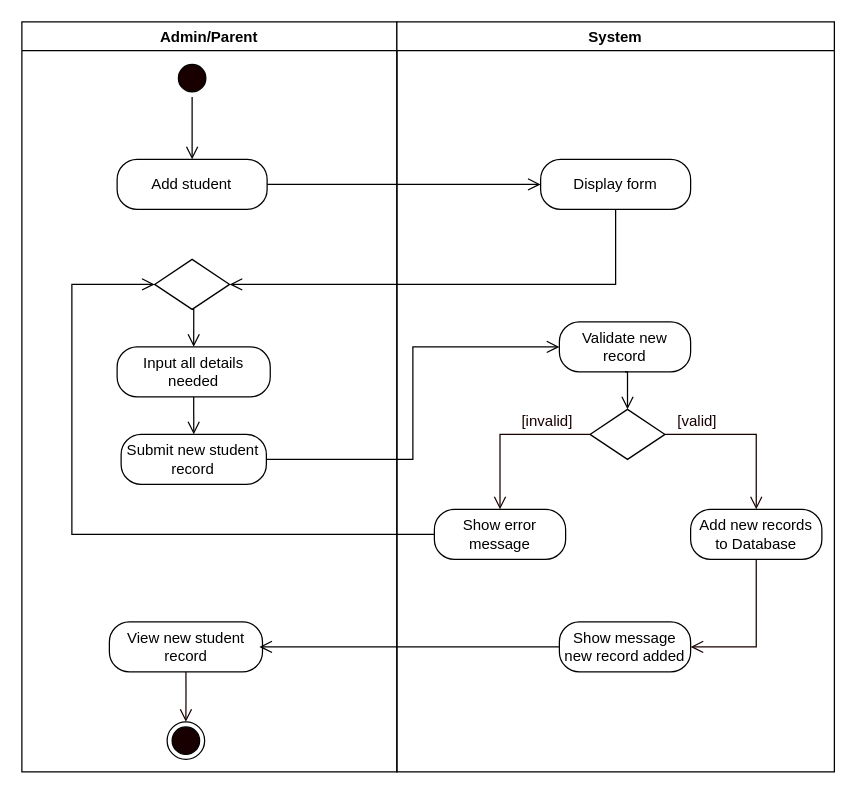
mrklglsn/CAPSTONE-FILES keeps this draw.io diagram as page "Add Student" (1 of 8) of REVISIONS/UML-DIAGRAMS/6-9-2021/ACTIVITY DIAGRAM/ACTIVITY DIAGRAM.drawio. Above is the earlier version. Source tidied: cells renumbered, new cells numbered last; positions are measured from the earlier drawing's top-left corner, leaving out a move shared by most shapes. Both pictures are drawn from the tidied source at 125%, with x=0, y=0 at pixel (21, 21).
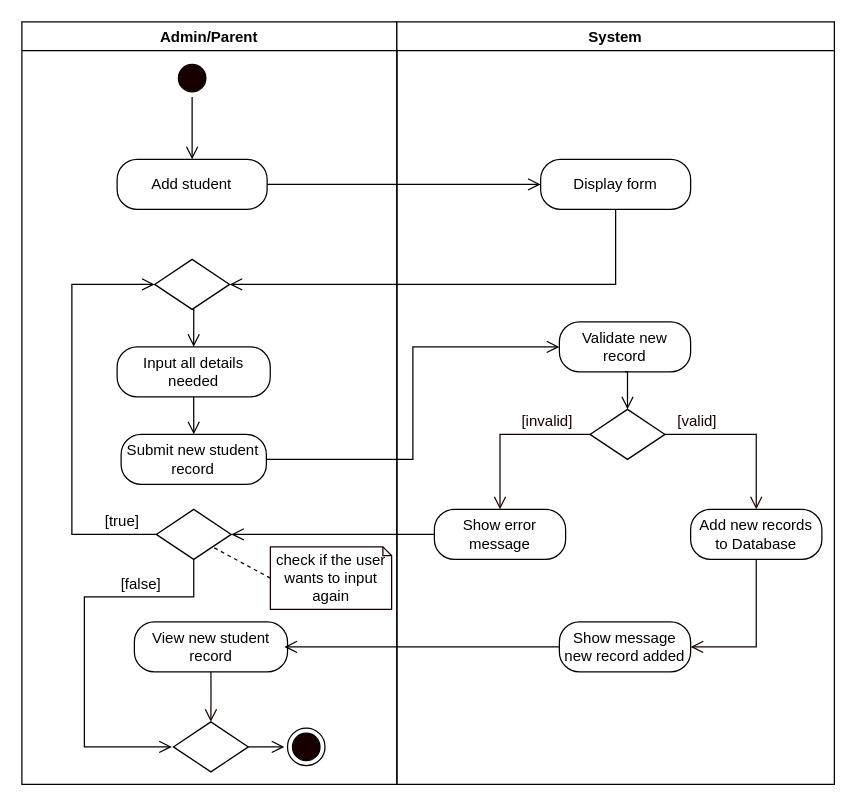
After the change.

Unchanged cells that the change refers to:
```xml
<mxCell id="10" style="rhombus;whiteSpace=wrap;html=1;" parent="2" vertex="1">
  <mxGeometry x="106.2" y="190" width="60" height="40" as="geometry" />
</mxCell>
<mxCell id="20" value="Show error message" style="rounded=1;whiteSpace=wrap;html=1;arcSize=40;" parent="14" vertex="1">
  <mxGeometry x="30" y="390" width="105" height="40" as="geometry" />
</mxCell>
<mxCell id="25" value="Show message new record added" style="rounded=1;whiteSpace=wrap;html=1;arcSize=40;" parent="14" vertex="1">
  <mxGeometry x="130" y="480" width="105" height="40" as="geometry" />
</mxCell>
```

The edit, as a diff of the source:
```diff
@@
     <mxCell id="2" value="Admin/Parent" style="swimlane;startSize=23;" parent="1" vertex="1">
-      <mxGeometry width="300" height="600" as="geometry" />
+      <mxGeometry width="300" height="610" as="geometry" />
     </mxCell>
@@
     <mxCell id="11" value="View new student record" style="rounded=1;whiteSpace=wrap;html=1;arcSize=40;" parent="2" vertex="1">
-      <mxGeometry x="70" y="480" width="122.5" height="40" as="geometry" />
+      <mxGeometry x="90" y="480" width="122.5" height="40" as="geometry" />
     </mxCell>
     <mxCell id="12" style="ellipse;html=1;shape=endState;fillColor=#190000;" parent="2" vertex="1">
-      <mxGeometry x="116.2" y="560" width="30" height="30" as="geometry" />
+      <mxGeometry x="212.5" y="565" width="30" height="30" as="geometry" />
     </mxCell>
     <mxCell id="13" style="edgeStyle=orthogonalEdgeStyle;rounded=0;jettySize=auto;html=1;exitX=0.5;exitY=1;exitDx=0;exitDy=0;fontColor=#FFFFFF;endArrow=open;endFill=0;endSize=8;strokeColor=#190000;entryX=0.5;entryY=0;entryDx=0;entryDy=0;" parent="2" edge="1" source="11">
       <mxGeometry relative="1" as="geometry">
-        <mxPoint x="131.2" y="560" as="targetPoint" />
+        <mxPoint x="151.2" y="560" as="targetPoint" />
       </mxGeometry>
     </mxCell>
+    <mxCell id="32" style="edgeStyle=orthogonalEdgeStyle;rounded=0;jettySize=auto;html=1;exitX=0;exitY=0.5;exitDx=0;exitDy=0;entryX=0;entryY=0.5;entryDx=0;entryDy=0;endArrow=open;endFill=0;endSize=8;" parent="2" edge="1" source="34" target="10">
+      <mxGeometry relative="1" as="geometry">
+        <Array as="points">
+          <mxPoint x="40" y="410" />
+          <mxPoint x="40" y="210" />
+        </Array>
+      </mxGeometry>
+    </mxCell>
+    <mxCell id="33" style="edgeStyle=orthogonalEdgeStyle;rounded=0;jettySize=auto;html=1;exitX=0.5;exitY=1;exitDx=0;exitDy=0;endArrow=open;endFill=0;endSize=8;startArrow=none;" parent="2" edge="1" source="34">
+      <mxGeometry relative="1" as="geometry">
+        <mxPoint x="120" y="580" as="targetPoint" />
+        <Array as="points">
+          <mxPoint x="138" y="460" />
+          <mxPoint x="50" y="460" />
+          <mxPoint x="50" y="580" />
+        </Array>
+      </mxGeometry>
+    </mxCell>
+    <mxCell id="34" style="rhombus;whiteSpace=wrap;html=1;" parent="2" vertex="1">
+      <mxGeometry x="107.5" y="390" width="60" height="40" as="geometry" />
+    </mxCell>
+    <mxCell id="35" value="[true]" style="text;html=1;align=center;verticalAlign=middle;strokeColor=none;" parent="2" vertex="1">
+      <mxGeometry x="60" y="390" width="40" height="20" as="geometry" />
+    </mxCell>
+    <mxCell id="36" style="rhombus;whiteSpace=wrap;html=1;" parent="2" vertex="1">
+      <mxGeometry x="121.2" y="560" width="60" height="40" as="geometry" />
+    </mxCell>
+    <mxCell id="37" style="rounded=0;jettySize=auto;html=1;exitX=0;exitY=0.5;exitDx=0;exitDy=0;exitPerimeter=0;entryX=1;entryY=1;entryDx=0;entryDy=0;endArrow=none;endFill=0;endSize=8;dashed=1;" parent="2" edge="1" source="38" target="34">
+      <mxGeometry relative="1" as="geometry" />
+    </mxCell>
+    <mxCell id="38" value="check if the user wants to input again" style="shape=note;whiteSpace=wrap;html=1;backgroundOutline=1;darkOpacity=0.05;strokeColor=#190000;size=7;" parent="2" vertex="1">
+      <mxGeometry x="198.8" y="420" width="97" height="50" as="geometry" />
+    </mxCell>
     <mxCell id="14" value="System" style="swimlane;" parent="1" vertex="1">
-      <mxGeometry x="300" width="350" height="600" as="geometry" />
+      <mxGeometry x="300" width="350" height="610" as="geometry" />
     </mxCell>
@@
-    <mxCell id="30" style="edgeStyle=orthogonalEdgeStyle;rounded=0;jettySize=auto;html=1;exitX=0;exitY=0.5;exitDx=0;exitDy=0;endArrow=open;endFill=0;endSize=8;entryX=0;entryY=0.5;entryDx=0;entryDy=0;" parent="1" edge="1" source="20" target="10">
-      <mxGeometry relative="1" as="geometry">
-        <Array as="points">
-          <mxPoint x="40" y="410" />
-          <mxPoint x="40" y="210" />
-        </Array>
-      </mxGeometry>
-    </mxCell>
-    <mxCell id="31" style="edgeStyle=orthogonalEdgeStyle;rounded=0;jettySize=auto;html=1;exitX=0;exitY=0.5;exitDx=0;exitDy=0;endArrow=open;endFill=0;endSize=8;entryX=1;entryY=0.5;entryDx=0;entryDy=0;" parent="1" edge="1" source="25">
+    <mxCell id="31" style="edgeStyle=orthogonalEdgeStyle;rounded=0;jettySize=auto;html=1;exitX=0;exitY=0.5;exitDx=0;exitDy=0;endArrow=open;endFill=0;endSize=8;" parent="1" edge="1" source="25">
       <mxGeometry relative="1" as="geometry">
-        <mxPoint x="190" y="500" as="targetPoint" />
+        <mxPoint x="210" y="500" as="targetPoint" />
       </mxGeometry>
     </mxCell>
+    <mxCell id="39" style="edgeStyle=orthogonalEdgeStyle;rounded=0;jettySize=auto;html=1;exitX=0;exitY=0.5;exitDx=0;exitDy=0;entryX=1;entryY=0.5;entryDx=0;entryDy=0;endArrow=open;endFill=0;endSize=8;" parent="1" edge="1" source="20" target="34">
+      <mxGeometry relative="1" as="geometry" />
+    </mxCell>
+    <mxCell id="40" value="[false]" style="text;html=1;align=center;verticalAlign=middle;strokeColor=none;" parent="1" vertex="1">
+      <mxGeometry x="70" y="440" width="50" height="20" as="geometry" />
+    </mxCell>
+    <mxCell id="41" style="edgeStyle=orthogonalEdgeStyle;rounded=0;jettySize=auto;html=1;exitX=1;exitY=0.5;exitDx=0;exitDy=0;endArrow=open;endFill=0;endSize=8;" parent="1" edge="1" source="36">
+      <mxGeometry relative="1" as="geometry">
+        <mxPoint x="210" y="580.1" as="targetPoint" />
+      </mxGeometry>
+    </mxCell>
```
